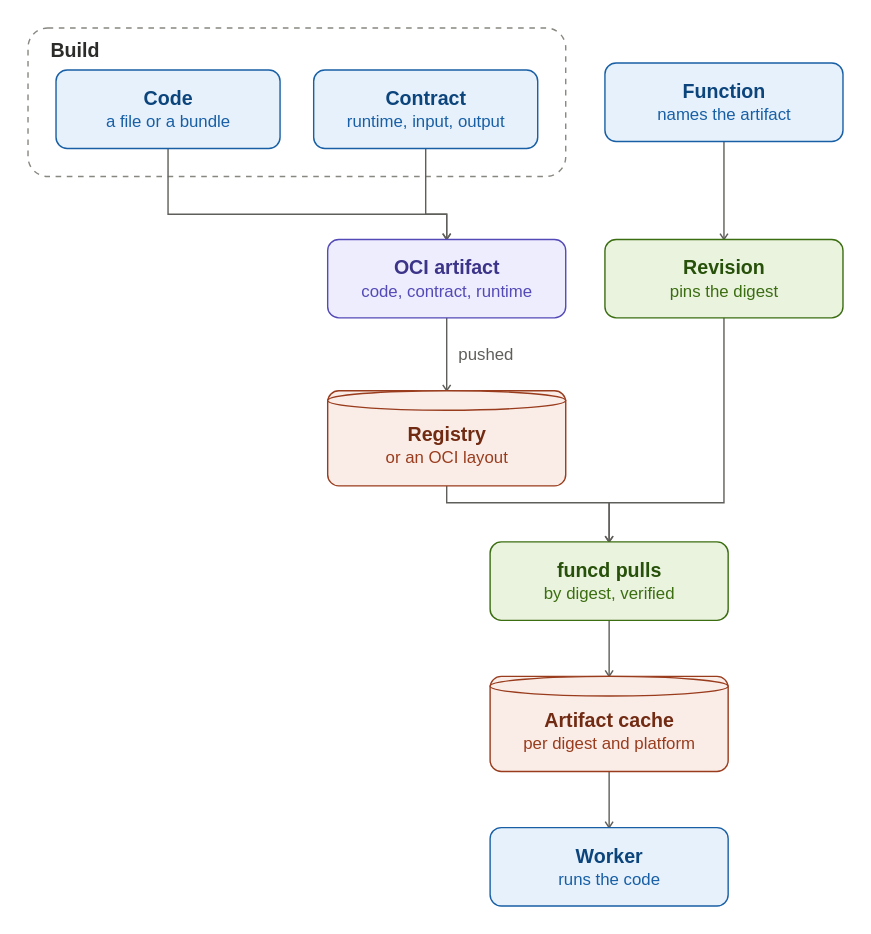
This is docs/guide/assets/artifacts.drawio.svg from pyvvo/funcd, a draw.io export, as it was before one commit. Source tidied: cells renumbered, new cells last; positions are measured from the earlier drawing's top-left corner, leaving out a move shared by most shapes.
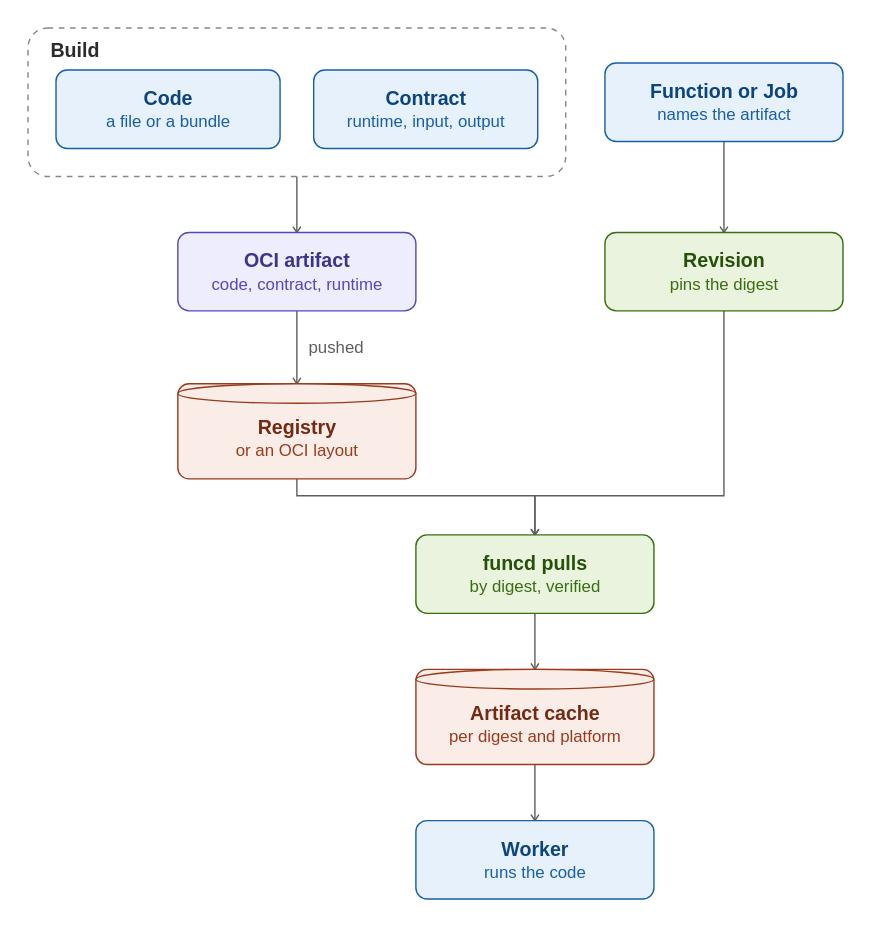
After the commit.

The edit, as a diff of the source:
```diff
@@ -12,71 +12,58 @@
       <mxGeometry x="204" y="30" width="160" height="56" as="geometry" />
     </mxCell>
     <mxCell id="5" value="&lt;b&gt;OCI artifact&lt;/b&gt;&lt;br&gt;&lt;font style=&quot;font-size:12px&quot; color=&quot;#534AB7&quot;&gt;code, contract, runtime&lt;/font&gt;" style="rounded=1;absoluteArcSize=1;arcSize=16;whiteSpace=wrap;html=1;fillColor=#EEEDFE;strokeColor=#534AB7;fontColor=#3C3489;fontSize=14;" parent="1" vertex="1">
-      <mxGeometry x="214" y="151" width="170" height="56" as="geometry" />
+      <mxGeometry x="107" y="146" width="170" height="56" as="geometry" />
     </mxCell>
     <mxCell id="6" value="&lt;b&gt;Registry&lt;/b&gt;&lt;br&gt;&lt;font style=&quot;font-size:12px&quot; color=&quot;#993C1D&quot;&gt;or an OCI layout&lt;/font&gt;" style="shape=cylinder3;boundedLbl=1;size=8;whiteSpace=wrap;html=1;fillColor=#FAECE7;strokeColor=#993C1D;fontColor=#712B13;fontSize=14;" parent="1" vertex="1">
-      <mxGeometry x="214" y="259" width="170" height="68" as="geometry" />
+      <mxGeometry x="107" y="254" width="170" height="68" as="geometry" />
     </mxCell>
-    <mxCell id="7" value="&lt;b&gt;Function&lt;/b&gt;&lt;br&gt;&lt;font style=&quot;font-size:12px&quot; color=&quot;#185FA5&quot;&gt;names the artifact&lt;/font&gt;" style="rounded=1;absoluteArcSize=1;arcSize=16;whiteSpace=wrap;html=1;fillColor=#E6F1FB;strokeColor=#185FA5;fontColor=#0C447C;fontSize=14;" parent="1" vertex="1">
+    <mxCell id="7" value="&lt;b&gt;Function or Job&lt;/b&gt;&lt;br&gt;&lt;font style=&quot;font-size:12px&quot; color=&quot;#185FA5&quot;&gt;names the artifact&lt;/font&gt;" style="rounded=1;absoluteArcSize=1;arcSize=16;whiteSpace=wrap;html=1;fillColor=#E6F1FB;strokeColor=#185FA5;fontColor=#0C447C;fontSize=14;" parent="1" vertex="1">
       <mxGeometry x="412" y="25" width="170" height="56" as="geometry" />
     </mxCell>
     <mxCell id="8" value="&lt;b&gt;Revision&lt;/b&gt;&lt;br&gt;&lt;font style=&quot;font-size:12px&quot; color=&quot;#3B6D11&quot;&gt;pins the digest&lt;/font&gt;" style="rounded=1;absoluteArcSize=1;arcSize=16;whiteSpace=wrap;html=1;fillColor=#EAF3DE;strokeColor=#3B6D11;fontColor=#27500A;fontSize=14;" parent="1" vertex="1">
-      <mxGeometry x="412" y="151" width="170" height="56" as="geometry" />
+      <mxGeometry x="412" y="146" width="170" height="56" as="geometry" />
     </mxCell>
     <mxCell id="9" value="&lt;b&gt;funcd pulls&lt;/b&gt;&lt;br&gt;&lt;font style=&quot;font-size:12px&quot; color=&quot;#3B6D11&quot;&gt;by digest, verified&lt;/font&gt;" style="rounded=1;absoluteArcSize=1;arcSize=16;whiteSpace=wrap;html=1;fillColor=#EAF3DE;strokeColor=#3B6D11;fontColor=#27500A;fontSize=14;" parent="1" vertex="1">
-      <mxGeometry x="330" y="367" width="170" height="56" as="geometry" />
+      <mxGeometry x="277" y="362" width="170" height="56" as="geometry" />
     </mxCell>
     <mxCell id="10" value="&lt;b&gt;Artifact cache&lt;/b&gt;&lt;br&gt;&lt;font style=&quot;font-size:12px&quot; color=&quot;#993C1D&quot;&gt;per digest and platform&lt;/font&gt;" style="shape=cylinder3;boundedLbl=1;size=8;whiteSpace=wrap;html=1;fillColor=#FAECE7;strokeColor=#993C1D;fontColor=#712B13;fontSize=14;" parent="1" vertex="1">
-      <mxGeometry x="330" y="463" width="170" height="68" as="geometry" />
+      <mxGeometry x="277" y="458" width="170" height="68" as="geometry" />
     </mxCell>
     <mxCell id="11" value="&lt;b&gt;Worker&lt;/b&gt;&lt;br&gt;&lt;font style=&quot;font-size:12px&quot; color=&quot;#185FA5&quot;&gt;runs the code&lt;/font&gt;" style="rounded=1;absoluteArcSize=1;arcSize=16;whiteSpace=wrap;html=1;fillColor=#E6F1FB;strokeColor=#185FA5;fontColor=#0C447C;fontSize=14;" parent="1" vertex="1">
-      <mxGeometry x="330" y="571" width="170" height="56" as="geometry" />
+      <mxGeometry x="277" y="566" width="170" height="56" as="geometry" />
     </mxCell>
-    <mxCell id="12" style="edgeStyle=orthogonalEdgeStyle;rounded=0;html=1;jettySize=auto;strokeColor=#5F5E5A;fontColor=#5F5E5A;fontSize=12;labelBackgroundColor=#FFFFFF;endSize=7;endArrow=open;endFill=0;exitX=0.5;exitY=1;exitDx=0;exitDy=0;exitPerimeter=0;entryX=0.5;entryY=0;entryDx=0;entryDy=0;entryPerimeter=0;" parent="1" edge="1" source="3" target="5">
-      <mxGeometry relative="1" as="geometry">
-        <Array as="points">
-          <mxPoint x="100" y="133" />
-          <mxPoint x="299" y="133" />
-        </Array>
-      </mxGeometry>
+    <mxCell id="12" style="edgeStyle=orthogonalEdgeStyle;rounded=0;html=1;jettySize=auto;strokeColor=#5F5E5A;fontColor=#5F5E5A;fontSize=12;labelBackgroundColor=#FFFFFF;endSize=7;endArrow=open;endFill=0;exitX=0.5;exitY=1;exitDx=0;exitDy=0;exitPerimeter=0;entryX=0.5;entryY=0;entryDx=0;entryDy=0;entryPerimeter=0;" parent="1" edge="1" source="2" target="5">
+      <mxGeometry relative="1" as="geometry" />
     </mxCell>
-    <mxCell id="13" style="edgeStyle=orthogonalEdgeStyle;rounded=0;html=1;jettySize=auto;strokeColor=#5F5E5A;fontColor=#5F5E5A;fontSize=12;labelBackgroundColor=#FFFFFF;endSize=7;endArrow=open;endFill=0;exitX=0.5;exitY=1;exitDx=0;exitDy=0;exitPerimeter=0;entryX=0.5;entryY=0;entryDx=0;entryDy=0;entryPerimeter=0;" parent="1" edge="1" source="4" target="5">
+    <mxCell id="13" value="pushed" style="edgeStyle=orthogonalEdgeStyle;rounded=0;html=1;jettySize=auto;strokeColor=#5F5E5A;fontColor=#5F5E5A;fontSize=12;labelBackgroundColor=#FFFFFF;endSize=7;endArrow=open;endFill=0;exitX=0.5;exitY=1;exitDx=0;exitDy=0;exitPerimeter=0;entryX=0.5;entryY=0;entryDx=0;entryDy=0;entryPerimeter=0;" parent="1" edge="1" source="5" target="6">
       <mxGeometry relative="1" as="geometry">
-        <Array as="points">
-          <mxPoint x="284" y="133" />
-          <mxPoint x="299" y="133" />
-        </Array>
+        <mxPoint x="28" as="offset" />
       </mxGeometry>
     </mxCell>
-    <mxCell id="14" value="pushed" style="edgeStyle=orthogonalEdgeStyle;rounded=0;html=1;jettySize=auto;strokeColor=#5F5E5A;fontColor=#5F5E5A;fontSize=12;labelBackgroundColor=#FFFFFF;endSize=7;endArrow=open;endFill=0;exitX=0.5;exitY=1;exitDx=0;exitDy=0;exitPerimeter=0;entryX=0.5;entryY=0;entryDx=0;entryDy=0;entryPerimeter=0;" parent="1" edge="1" source="5" target="6">
-      <mxGeometry relative="1" as="geometry">
-        <mxPoint x="28" as="offset" />
-      </mxGeometry>
+    <mxCell id="14" style="edgeStyle=orthogonalEdgeStyle;rounded=0;html=1;jettySize=auto;strokeColor=#5F5E5A;fontColor=#5F5E5A;fontSize=12;labelBackgroundColor=#FFFFFF;endSize=7;endArrow=open;endFill=0;exitX=0.5;exitY=1;exitDx=0;exitDy=0;exitPerimeter=0;entryX=0.5;entryY=0;entryDx=0;entryDy=0;entryPerimeter=0;" parent="1" edge="1" source="7" target="8">
+      <mxGeometry relative="1" as="geometry" />
     </mxCell>
-    <mxCell id="15" style="edgeStyle=orthogonalEdgeStyle;rounded=0;html=1;jettySize=auto;strokeColor=#5F5E5A;fontColor=#5F5E5A;fontSize=12;labelBackgroundColor=#FFFFFF;endSize=7;endArrow=open;endFill=0;exitX=0.5;exitY=1;exitDx=0;exitDy=0;exitPerimeter=0;entryX=0.5;entryY=0;entryDx=0;entryDy=0;entryPerimeter=0;" parent="1" edge="1" source="7" target="8">
-      <mxGeometry relative="1" as="geometry" />
+    <mxCell id="15" style="edgeStyle=orthogonalEdgeStyle;rounded=0;html=1;jettySize=auto;strokeColor=#5F5E5A;fontColor=#5F5E5A;fontSize=12;labelBackgroundColor=#FFFFFF;endSize=7;endArrow=open;endFill=0;exitX=0.5;exitY=1;exitDx=0;exitDy=0;exitPerimeter=0;entryX=0.5;entryY=0;entryDx=0;entryDy=0;entryPerimeter=0;" parent="1" edge="1" source="8" target="9">
+      <mxGeometry relative="1" as="geometry">
+        <Array as="points">
+          <mxPoint x="497" y="334" />
+          <mxPoint x="362" y="334" />
+        </Array>
+      </mxGeometry>
     </mxCell>
-    <mxCell id="16" style="edgeStyle=orthogonalEdgeStyle;rounded=0;html=1;jettySize=auto;strokeColor=#5F5E5A;fontColor=#5F5E5A;fontSize=12;labelBackgroundColor=#FFFFFF;endSize=7;endArrow=open;endFill=0;exitX=0.5;exitY=1;exitDx=0;exitDy=0;exitPerimeter=0;entryX=0.5;entryY=0;entryDx=0;entryDy=0;entryPerimeter=0;" parent="1" edge="1" source="8" target="9">
+    <mxCell id="16" style="edgeStyle=orthogonalEdgeStyle;rounded=0;html=1;jettySize=auto;strokeColor=#5F5E5A;fontColor=#5F5E5A;fontSize=12;labelBackgroundColor=#FFFFFF;endSize=7;endArrow=open;endFill=0;exitX=0.5;exitY=1;exitDx=0;exitDy=0;exitPerimeter=0;entryX=0.5;entryY=0;entryDx=0;entryDy=0;entryPerimeter=0;" parent="1" edge="1" source="6" target="9">
       <mxGeometry relative="1" as="geometry">
         <Array as="points">
-          <mxPoint x="497" y="339" />
-          <mxPoint x="415" y="339" />
+          <mxPoint x="192" y="334" />
+          <mxPoint x="362" y="334" />
         </Array>
       </mxGeometry>
     </mxCell>
-    <mxCell id="17" style="edgeStyle=orthogonalEdgeStyle;rounded=0;html=1;jettySize=auto;strokeColor=#5F5E5A;fontColor=#5F5E5A;fontSize=12;labelBackgroundColor=#FFFFFF;endSize=7;endArrow=open;endFill=0;exitX=0.5;exitY=1;exitDx=0;exitDy=0;exitPerimeter=0;entryX=0.5;entryY=0;entryDx=0;entryDy=0;entryPerimeter=0;" parent="1" edge="1" source="6" target="9">
-      <mxGeometry relative="1" as="geometry">
-        <Array as="points">
-          <mxPoint x="299" y="339" />
-          <mxPoint x="415" y="339" />
-        </Array>
-      </mxGeometry>
+    <mxCell id="17" style="edgeStyle=orthogonalEdgeStyle;rounded=0;html=1;jettySize=auto;strokeColor=#5F5E5A;fontColor=#5F5E5A;fontSize=12;labelBackgroundColor=#FFFFFF;endSize=7;endArrow=open;endFill=0;exitX=0.5;exitY=1;exitDx=0;exitDy=0;exitPerimeter=0;entryX=0.5;entryY=0;entryDx=0;entryDy=0;entryPerimeter=0;" parent="1" edge="1" source="9" target="10">
+      <mxGeometry relative="1" as="geometry" />
     </mxCell>
-    <mxCell id="18" style="edgeStyle=orthogonalEdgeStyle;rounded=0;html=1;jettySize=auto;strokeColor=#5F5E5A;fontColor=#5F5E5A;fontSize=12;labelBackgroundColor=#FFFFFF;endSize=7;endArrow=open;endFill=0;exitX=0.5;exitY=1;exitDx=0;exitDy=0;exitPerimeter=0;entryX=0.5;entryY=0;entryDx=0;entryDy=0;entryPerimeter=0;" parent="1" edge="1" source="9" target="10">
+    <mxCell id="18" style="edgeStyle=orthogonalEdgeStyle;rounded=0;html=1;jettySize=auto;strokeColor=#5F5E5A;fontColor=#5F5E5A;fontSize=12;labelBackgroundColor=#FFFFFF;endSize=7;endArrow=open;endFill=0;exitX=0.5;exitY=1;exitDx=0;exitDy=0;exitPerimeter=0;entryX=0.5;entryY=0;entryDx=0;entryDy=0;entryPerimeter=0;" parent="1" edge="1" source="10" target="11">
       <mxGeometry relative="1" as="geometry" />
     </mxCell>
-    <mxCell id="19" style="edgeStyle=orthogonalEdgeStyle;rounded=0;html=1;jettySize=auto;strokeColor=#5F5E5A;fontColor=#5F5E5A;fontSize=12;labelBackgroundColor=#FFFFFF;endSize=7;endArrow=open;endFill=0;exitX=0.5;exitY=1;exitDx=0;exitDy=0;exitPerimeter=0;entryX=0.5;entryY=0;entryDx=0;entryDy=0;entryPerimeter=0;" parent="1" edge="1" source="10" target="11">
-      <mxGeometry relative="1" as="geometry" />
-    </mxCell>
   </root>
 </mxGraphModel>
```
